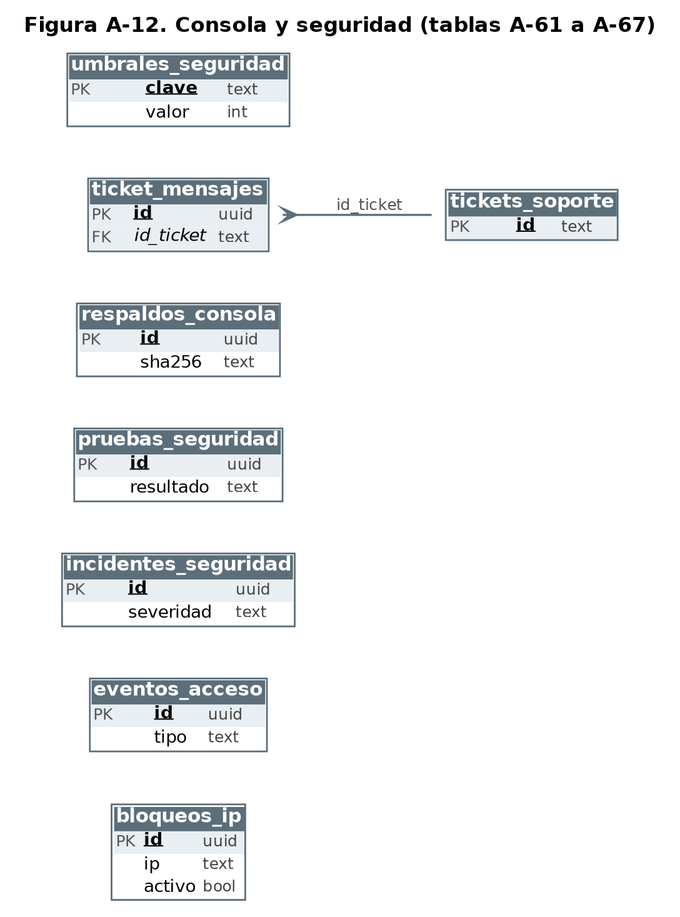
Above: MyWorksAppProyect/docs/modelo_er60/figuras/er80_12_consola_seguridad.png in nicoussj/Proyecto-Titulo-MyWorksApp (Graphviz), before the change. Its source is kept beside it as MyWorksAppProyect/docs/modelo_er60/figuras/er80_12_consola_seguridad.dot.
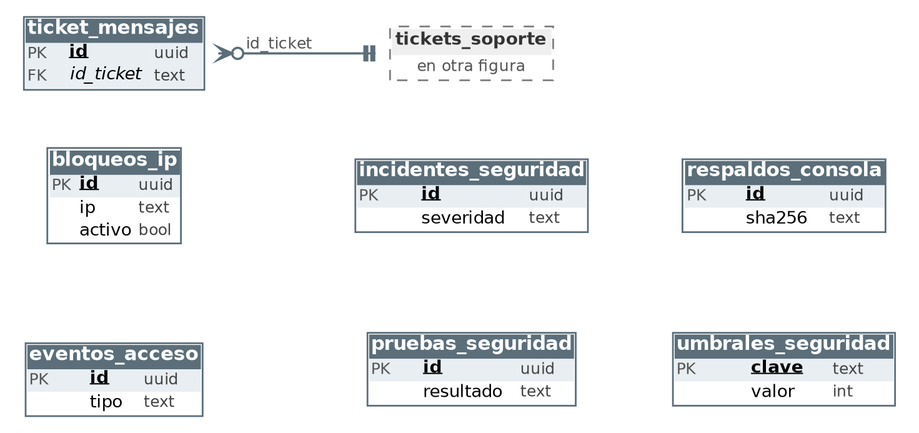
The same file after the commit.

The edit, as a diff of the source:
```diff
@@ -1,7 +1,7 @@
 digraph x {
-graph [fontname="Helvetica", bgcolor="white", pad="0.08", nodesep="0.3", ranksep="0.45", splines="spline", rankdir="LR", labelloc="t", labeljust="l", label=<<font point-size="12"><b>Figura A-12. Consola y seguridad (tablas A-61 a A-67)</b></font>>];
-node [shape=plaintext, fontname="Helvetica"];
-edge [fontname="Helvetica", color="#5B6E7A", penwidth="1.2", arrowsize="0.8", dir="both"];
+graph [fontname="DejaVu Sans", bgcolor="white", pad="0.08", nodesep="0.35", ranksep="0.45", splines="spline", rankdir="LR", labelloc="t", labeljust="l"];
+node [shape=plaintext, fontname="DejaVu Sans"];
+edge [fontname="DejaVu Sans", color="#5B6E7A", penwidth="1.3", arrowsize="0.8", dir="both"];
 "bloqueos_ip" [label=<<table border="1" cellborder="0" cellspacing="0" cellpadding="1" color="#5B6E7A"><tr><td colspan="3" bgcolor="#5B6E7A" align="left"><font color="white" point-size="11"><b>bloqueos_ip</b></font></td></tr><tr><td align="left" bgcolor="#E8EEF2"><font point-size="9" color="#555555">PK</font></td><td align="left" bgcolor="#E8EEF2"><font point-size="10"><b><u>id</u></b></font></td><td align="left" bgcolor="#E8EEF2"><font point-size="9" color="#444444">uuid</font></td></tr><tr><td align="left" bgcolor="white"><font point-size="9" color="#555555"> </font></td><td align="left" bgcolor="white"><font point-size="10">ip</font></td><td align="left" bgcolor="white"><font point-size="9" color="#444444">text</font></td></tr><tr><td align="left" bgcolor="white"><font point-size="9" color="#555555"> </font></td><td align="left" bgcolor="white"><font point-size="10">activo</font></td><td align="left" bgcolor="white"><font point-size="9" color="#444444">bool</font></td></tr></table>>];
 "eventos_acceso" [label=<<table border="1" cellborder="0" cellspacing="0" cellpadding="1" color="#5B6E7A"><tr><td colspan="3" bgcolor="#5B6E7A" align="left"><font color="white" point-size="11"><b>eventos_acceso</b></font></td></tr><tr><td align="left" bgcolor="#E8EEF2"><font point-size="9" color="#555555">PK</font></td><td align="left" bgcolor="#E8EEF2"><font point-size="10"><b><u>id</u></b></font></td><td align="left" bgcolor="#E8EEF2"><font point-size="9" color="#444444">uuid</font></td></tr><tr><td align="left" bgcolor="white"><font point-size="9" color="#555555"> </font></td><td align="left" bgcolor="white"><font point-size="10">tipo</font></td><td align="left" bgcolor="white"><font point-size="9" color="#444444">text</font></td></tr></table>>];
 "incidentes_seguridad" [label=<<table border="1" cellborder="0" cellspacing="0" cellpadding="1" color="#5B6E7A"><tr><td colspan="3" bgcolor="#5B6E7A" align="left"><font color="white" point-size="11"><b>incidentes_seguridad</b></font></td></tr><tr><td align="left" bgcolor="#E8EEF2"><font point-size="9" color="#555555">PK</font></td><td align="left" bgcolor="#E8EEF2"><font point-size="10"><b><u>id</u></b></font></td><td align="left" bgcolor="#E8EEF2"><font point-size="9" color="#444444">uuid</font></td></tr><tr><td align="left" bgcolor="white"><font point-size="9" color="#555555"> </font></td><td align="left" bgcolor="white"><font point-size="10">severidad</font></td><td align="left" bgcolor="white"><font point-size="9" color="#444444">text</font></td></tr></table>>];
@@ -9,6 +9,14 @@
 "respaldos_consola" [label=<<table border="1" cellborder="0" cellspacing="0" cellpadding="1" color="#5B6E7A"><tr><td colspan="3" bgcolor="#5B6E7A" align="left"><font color="white" point-size="11"><b>respaldos_consola</b></font></td></tr><tr><td align="left" bgcolor="#E8EEF2"><font point-size="9" color="#555555">PK</font></td><td align="left" bgcolor="#E8EEF2"><font point-size="10"><b><u>id</u></b></font></td><td align="left" bgcolor="#E8EEF2"><font point-size="9" color="#444444">uuid</font></td></tr><tr><td align="left" bgcolor="white"><font point-size="9" color="#555555"> </font></td><td align="left" bgcolor="white"><font point-size="10">sha256</font></td><td align="left" bgcolor="white"><font point-size="9" color="#444444">text</font></td></tr></table>>];
 "ticket_mensajes" [label=<<table border="1" cellborder="0" cellspacing="0" cellpadding="1" color="#5B6E7A"><tr><td colspan="3" bgcolor="#5B6E7A" align="left"><font color="white" point-size="11"><b>ticket_mensajes</b></font></td></tr><tr><td align="left" bgcolor="#E8EEF2"><font point-size="9" color="#555555">PK</font></td><td align="left" bgcolor="#E8EEF2"><font point-size="10"><b><u>id</u></b></font></td><td align="left" bgcolor="#E8EEF2"><font point-size="9" color="#444444">uuid</font></td></tr><tr><td align="left" bgcolor="#E8EEF2"><font point-size="9" color="#555555">FK</font></td><td align="left" bgcolor="#E8EEF2"><font point-size="10"><i>id_ticket</i></font></td><td align="left" bgcolor="#E8EEF2"><font point-size="9" color="#444444">text</font></td></tr></table>>];
 "umbrales_seguridad" [label=<<table border="1" cellborder="0" cellspacing="0" cellpadding="1" color="#5B6E7A"><tr><td colspan="3" bgcolor="#5B6E7A" align="left"><font color="white" point-size="11"><b>umbrales_seguridad</b></font></td></tr><tr><td align="left" bgcolor="#E8EEF2"><font point-size="9" color="#555555">PK</font></td><td align="left" bgcolor="#E8EEF2"><font point-size="10"><b><u>clave</u></b></font></td><td align="left" bgcolor="#E8EEF2"><font point-size="9" color="#444444">text</font></td></tr><tr><td align="left" bgcolor="white"><font point-size="9" color="#555555"> </font></td><td align="left" bgcolor="white"><font point-size="10">valor</font></td><td align="left" bgcolor="white"><font point-size="9" color="#444444">int</font></td></tr></table>>];
-"tickets_soporte" [label=<<table border="1" cellborder="0" cellspacing="0" cellpadding="1" color="#5B6E7A"><tr><td colspan="3" bgcolor="#5B6E7A" align="left"><font color="white" point-size="11"><b>tickets_soporte</b></font></td></tr><tr><td align="left" bgcolor="#E8EEF2"><font point-size="9" color="#555555">PK</font></td><td align="left" bgcolor="#E8EEF2"><font point-size="10"><b><u>id</u></b></font></td><td align="left" bgcolor="#E8EEF2"><font point-size="9" color="#444444">text</font></td></tr></table>>];
-"ticket_mensajes" -> "tickets_soporte" [arrowtail="crow", arrowhead="none", label=<<font point-size="9" color="#555555">id_ticket</font>>];
+"tickets_soporte" [label=<<table border="1" cellborder="0" cellspacing="0" cellpadding="2" color="#7F7F7F" style="dashed"><tr><td bgcolor="#EFEFEF"><font point-size="10" color="#333333"><b>tickets_soporte</b></font></td></tr><tr><td><font point-size="9" color="#555555">en otra figura</font></td></tr></table>>];
+"ticket_mensajes" -> "tickets_soporte" [arrowtail="crowodot", arrowhead="teetee", label=<<font point-size="9" color="#555555">id_ticket</font>>];
+{ rank=same; "bloqueos_ip" "eventos_acceso" }
+"bloqueos_ip" -> "eventos_acceso" [style="invis", dir="none"];
+{ rank=same; "incidentes_seguridad" "pruebas_seguridad" }
+"incidentes_seguridad" -> "pruebas_seguridad" [style="invis", dir="none"];
+{ rank=same; "respaldos_consola" "umbrales_seguridad" }
+"respaldos_consola" -> "umbrales_seguridad" [style="invis", dir="none"];
+"bloqueos_ip" -> "incidentes_seguridad" [style="invis", dir="none", weight="10"];
+"incidentes_seguridad" -> "respaldos_consola" [style="invis", dir="none", weight="10"];
 }
```
